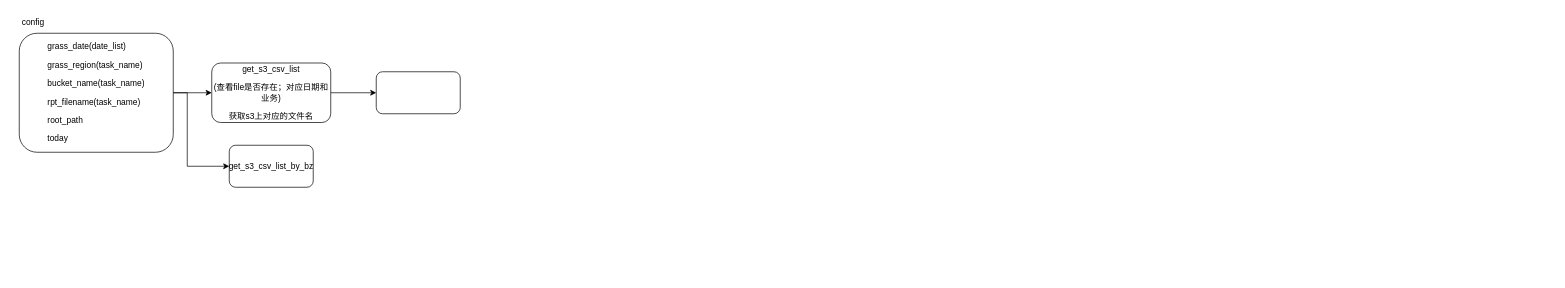
a490888602/draw keeps this draw.io diagram as s3file.drawio. Above is the earlier version. Source tidied: cells renumbered, new cells numbered last; positions are measured from the earlier drawing's top-left corner, leaving out a move shared by most shapes. Both pictures are drawn from the tidied source at 70%, with x=0, y=0 at pixel (12, 12).
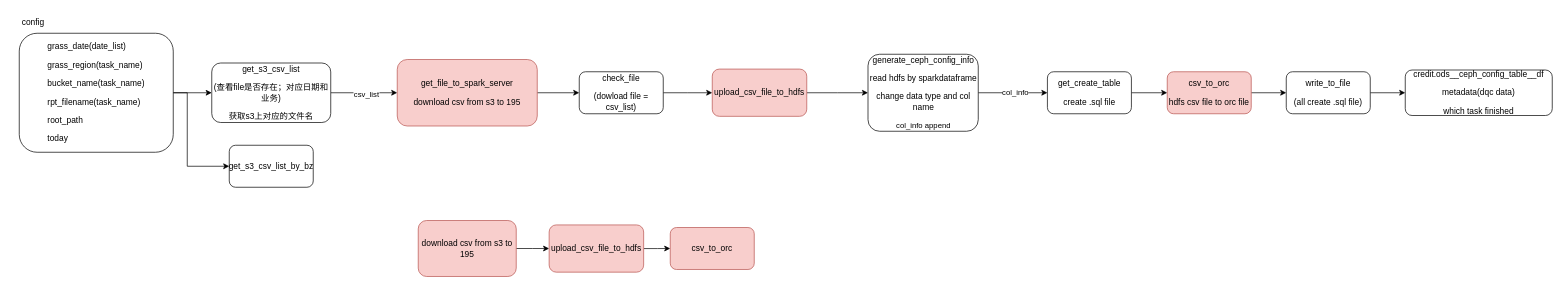
The same diagram, later.

Unchanged cells that the change refers to:
```xml
<mxCell id="5" style="edgeStyle=orthogonalEdgeStyle;rounded=0;jettySize=auto;html=1;" parent="1" edge="1" source="7" target="8">
  <mxGeometry relative="1" as="geometry" />
</mxCell>
```

The edit, as a diff of the source:
```diff
@@
+    <mxCell id="10" value="csv_list" style="edgeLabel;html=1;align=center;verticalAlign=middle;" parent="5" vertex="1">
+      <mxGeometry x="0.05" y="-1" relative="1" as="geometry" />
+    </mxCell>
@@
+    <mxCell id="11" style="edgeStyle=orthogonalEdgeStyle;rounded=0;jettySize=auto;html=1;" parent="1" edge="1" source="8" target="13">
+      <mxGeometry relative="1" as="geometry" />
+    </mxCell>
-    <mxCell id="8" style="whiteSpace=wrap;html=1;rounded=1;" parent="1" vertex="1">
-      <mxGeometry x="520" y="85" width="120" height="60" as="geometry" />
+    <mxCell id="8" value="&lt;p&gt;get_file_to_spark_server&lt;/p&gt;&lt;p&gt;download csv from s3 to 195&lt;/p&gt;" style="whiteSpace=wrap;html=1;rounded=1;fillColor=#f8cecc;strokeColor=#b85450;" parent="1" vertex="1">
+      <mxGeometry x="550" y="67.5" width="200" height="95" as="geometry" />
     </mxCell>
@@
+    <mxCell id="12" style="edgeStyle=orthogonalEdgeStyle;rounded=0;jettySize=auto;html=1;" parent="1" edge="1" source="13" target="15">
+      <mxGeometry relative="1" as="geometry" />
+    </mxCell>
+    <mxCell id="13" value="&lt;p&gt;check_file&lt;/p&gt;&lt;p&gt;(dowload file = csv_list)&lt;/p&gt;" style="whiteSpace=wrap;html=1;rounded=1;" parent="1" vertex="1">
+      <mxGeometry x="810" y="85" width="120" height="60" as="geometry" />
+    </mxCell>
+    <mxCell id="14" style="edgeStyle=orthogonalEdgeStyle;rounded=0;jettySize=auto;html=1;" parent="1" edge="1" source="15" target="18">
+      <mxGeometry relative="1" as="geometry" />
+    </mxCell>
+    <mxCell id="15" value="&lt;p&gt;upload_csv_file_to_hdfs&lt;/p&gt;" style="whiteSpace=wrap;html=1;rounded=1;fillColor=#f8cecc;strokeColor=#b85450;" parent="1" vertex="1">
+      <mxGeometry x="1000" y="81.2" width="135" height="67.5" as="geometry" />
+    </mxCell>
+    <mxCell id="16" style="edgeStyle=orthogonalEdgeStyle;rounded=0;jettySize=auto;html=1;" parent="1" edge="1" source="18" target="20">
+      <mxGeometry relative="1" as="geometry" />
+    </mxCell>
+    <mxCell id="17" value="&lt;p&gt;col_info&lt;/p&gt;" style="edgeLabel;html=1;align=center;verticalAlign=middle;" parent="16" vertex="1">
+      <mxGeometry x="0.05" y="1" relative="1" as="geometry" />
+    </mxCell>
+    <mxCell id="18" value="&lt;p&gt;generate_ceph_config_info&lt;/p&gt;&lt;p&gt;read hdfs by sparkdataframe&lt;/p&gt;&lt;p&gt;change data type and col name&lt;/p&gt;&lt;p&gt;&lt;span style=&quot;font-size: 11px; background-color: rgb(255, 255, 255);&quot;&gt;col_info append&lt;/span&gt;&lt;br&gt;&lt;/p&gt;" style="whiteSpace=wrap;html=1;rounded=1;" parent="1" vertex="1">
+      <mxGeometry x="1222.5" y="60" width="157.5" height="110" as="geometry" />
+    </mxCell>
+    <mxCell id="19" style="edgeStyle=orthogonalEdgeStyle;rounded=0;jettySize=auto;html=1;" parent="1" edge="1" source="20" target="22">
+      <mxGeometry relative="1" as="geometry" />
+    </mxCell>
+    <mxCell id="20" value="&lt;p&gt;get_create_table&lt;/p&gt;&lt;p&gt;create .sql file&lt;/p&gt;" style="whiteSpace=wrap;html=1;rounded=1;" parent="1" vertex="1">
+      <mxGeometry x="1478.8" y="85" width="120" height="60" as="geometry" />
+    </mxCell>
+    <mxCell id="21" style="edgeStyle=orthogonalEdgeStyle;rounded=0;jettySize=auto;html=1;" parent="1" edge="1" source="22" target="24">
+      <mxGeometry relative="1" as="geometry" />
+    </mxCell>
+    <mxCell id="22" value="&lt;p&gt;csv_to_orc&lt;/p&gt;&lt;p&gt;hdfs csv file to orc file&lt;/p&gt;" style="whiteSpace=wrap;html=1;rounded=1;fillColor=#f8cecc;strokeColor=#b85450;" parent="1" vertex="1">
+      <mxGeometry x="1650" y="85" width="120" height="60" as="geometry" />
+    </mxCell>
+    <mxCell id="23" style="edgeStyle=orthogonalEdgeStyle;rounded=0;jettySize=auto;html=1;" parent="1" edge="1" source="24" target="25">
+      <mxGeometry relative="1" as="geometry" />
+    </mxCell>
+    <mxCell id="24" value="&lt;p&gt;write_to_file&lt;/p&gt;&lt;p&gt;(all create .sql file)&lt;/p&gt;" style="whiteSpace=wrap;html=1;rounded=1;" parent="1" vertex="1">
+      <mxGeometry x="1820" y="85" width="120" height="60" as="geometry" />
+    </mxCell>
+    <mxCell id="25" value="&lt;p&gt;credit.ods__ceph_config_table__df&lt;/p&gt;&lt;p&gt;metadata(dqc data)&lt;/p&gt;&lt;p&gt;which task finished&lt;/p&gt;" style="whiteSpace=wrap;html=1;rounded=1;" parent="1" vertex="1">
+      <mxGeometry x="1990" y="82.5" width="210" height="65" as="geometry" />
+    </mxCell>
+    <mxCell id="26" style="edgeStyle=orthogonalEdgeStyle;rounded=0;jettySize=auto;html=1;entryX=0;entryY=0.5;entryDx=0;entryDy=0;" parent="1" edge="1" source="27" target="29">
+      <mxGeometry relative="1" as="geometry" />
+    </mxCell>
+    <mxCell id="27" value="&lt;p&gt;&lt;span style=&quot;background-color: initial;&quot;&gt;download csv from s3 to 195&lt;/span&gt;&lt;br&gt;&lt;/p&gt;" style="whiteSpace=wrap;html=1;rounded=1;fillColor=#f8cecc;strokeColor=#b85450;" parent="1" vertex="1">
+      <mxGeometry x="580" y="297.5" width="140" height="80" as="geometry" />
+    </mxCell>
+    <mxCell id="28" style="edgeStyle=orthogonalEdgeStyle;rounded=0;jettySize=auto;html=1;entryX=0;entryY=0.5;entryDx=0;entryDy=0;" parent="1" edge="1" source="29" target="30">
+      <mxGeometry relative="1" as="geometry" />
+    </mxCell>
+    <mxCell id="29" value="&lt;p&gt;upload_csv_file_to_hdfs&lt;/p&gt;" style="whiteSpace=wrap;html=1;rounded=1;fillColor=#f8cecc;strokeColor=#b85450;" parent="1" vertex="1">
+      <mxGeometry x="767" y="303.8" width="135" height="67.5" as="geometry" />
+    </mxCell>
+    <mxCell id="30" value="&lt;p&gt;csv_to_orc&lt;/p&gt;" style="whiteSpace=wrap;html=1;rounded=1;fillColor=#f8cecc;strokeColor=#b85450;" parent="1" vertex="1">
+      <mxGeometry x="940" y="307.5" width="120" height="60" as="geometry" />
+    </mxCell>
```
